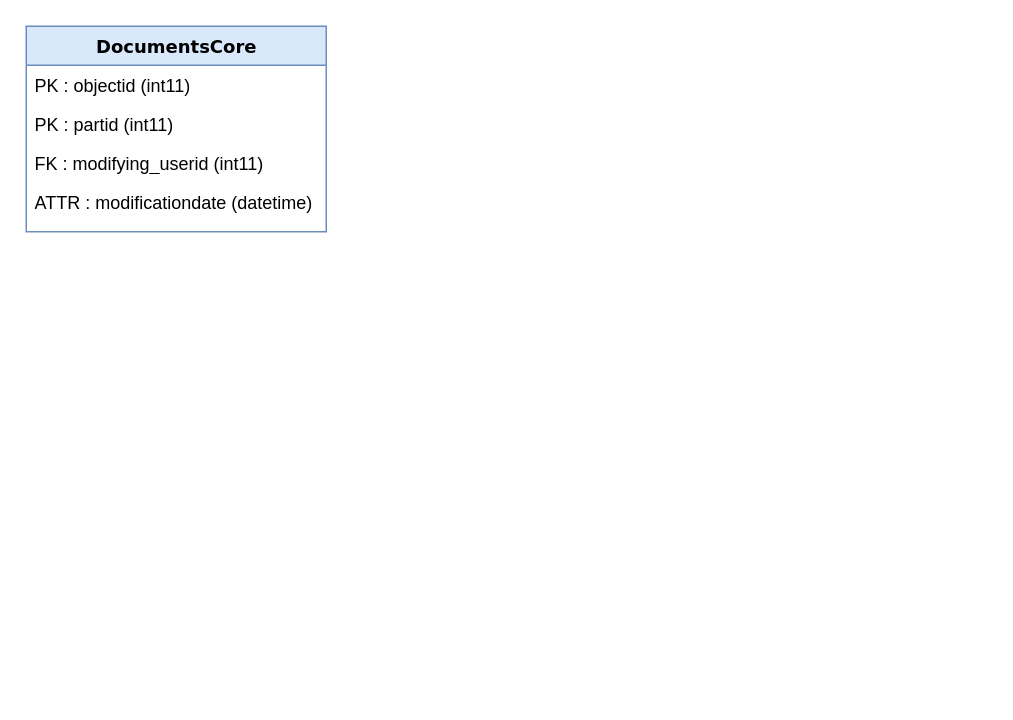
Above: DocumentControl.drawio in CatiaWidgets/Drawio (draw.io), before the change. Source tidied: cells renumbered, new cells numbered last; positions are measured from the earlier drawing's top-left corner, leaving out a move shared by most shapes. Both pictures are drawn from the tidied source at 150%, with x=0, y=0 at pixel (26, 26).
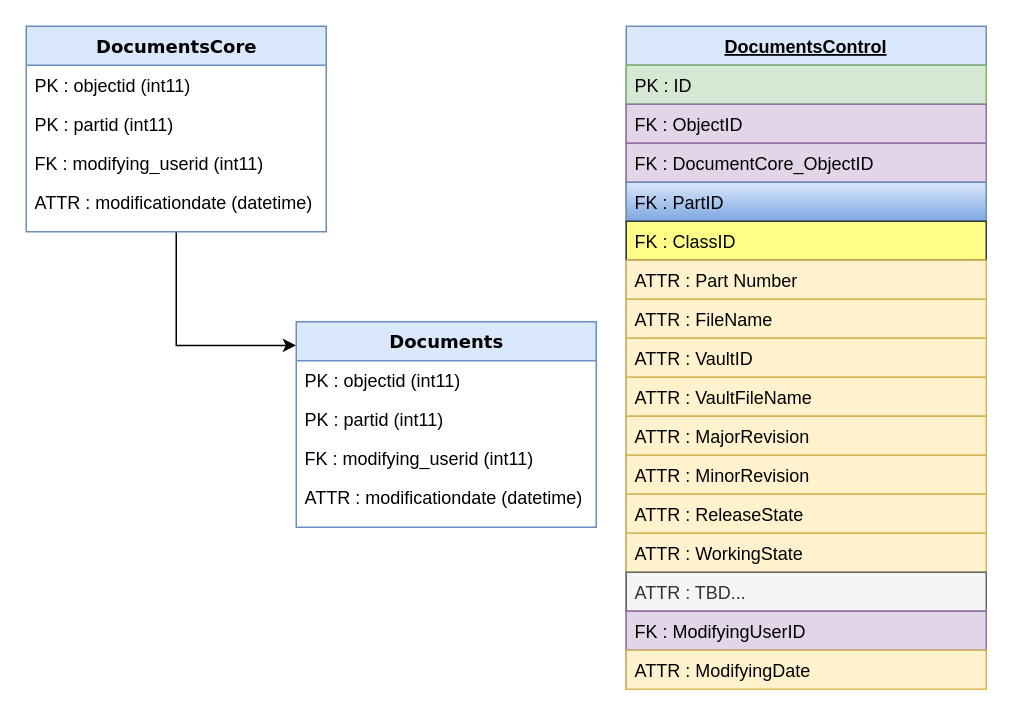
The same diagram, later.

Unchanged cells that the change refers to:
```xml
<mxCell id="2" value="DocumentsCore" style="swimlane;html=1;fontStyle=1;align=center;verticalAlign=top;horizontal=1;startSize=26;swimlaneFillColor=#ffffff;rounded=0;shadow=0;comic=0;labelBackgroundColor=none;strokeWidth=1;fillColor=#dae8fc;fontFamily=Verdana;fontSize=12;strokeColor=#6c8ebf;" parent="1" vertex="1">
  <mxGeometry width="200" height="137" as="geometry" />
</mxCell>
```

Diff of the diagram source:
```diff
@@
+    <mxCell id="7" style="edgeStyle=orthogonalEdgeStyle;rounded=0;jettySize=auto;html=1;entryX=0;entryY=0.115;entryDx=0;entryDy=0;entryPerimeter=0;" parent="1" edge="1" source="2" target="8">
+      <mxGeometry relative="1" as="geometry" />
+    </mxCell>
@@
+    <mxCell id="8" value="Documents" style="swimlane;html=1;fontStyle=1;align=center;verticalAlign=top;horizontal=1;startSize=26;swimlaneFillColor=#ffffff;rounded=0;shadow=0;comic=0;labelBackgroundColor=none;strokeWidth=1;fillColor=#dae8fc;fontFamily=Verdana;fontSize=12;strokeColor=#6c8ebf;" parent="1" vertex="1">
+      <mxGeometry x="180" y="197" width="200" height="137" as="geometry" />
+    </mxCell>
+    <mxCell id="9" value="PK : objectid (int11)" style="text;html=1;strokeColor=none;fillColor=none;align=left;verticalAlign=top;spacingLeft=4;spacingRight=4;whiteSpace=wrap;overflow=hidden;" parent="8" vertex="1">
+      <mxGeometry y="26" width="200" height="26" as="geometry" />
+    </mxCell>
+    <mxCell id="10" value="PK : partid (int11)" style="text;html=1;strokeColor=none;fillColor=none;align=left;verticalAlign=top;spacingLeft=4;spacingRight=4;whiteSpace=wrap;overflow=hidden;" parent="8" vertex="1">
+      <mxGeometry y="52" width="200" height="26" as="geometry" />
+    </mxCell>
+    <mxCell id="11" value="FK : modifying_userid (int11)" style="text;html=1;strokeColor=none;fillColor=none;align=left;verticalAlign=top;spacingLeft=4;spacingRight=4;whiteSpace=wrap;overflow=hidden;" parent="8" vertex="1">
+      <mxGeometry y="78" width="200" height="26" as="geometry" />
+    </mxCell>
+    <mxCell id="12" value="ATTR : modificationdate (datetime)" style="text;html=1;strokeColor=none;fillColor=none;align=left;verticalAlign=top;spacingLeft=4;spacingRight=4;whiteSpace=wrap;overflow=hidden;" parent="8" vertex="1">
+      <mxGeometry y="104" width="200" height="26" as="geometry" />
+    </mxCell>
+    <mxCell id="13" value="DocumentsControl" style="swimlane;fontStyle=5;horizontal=1;startSize=26;fillColor=#dae8fc;align=center;strokeColor=#6c8ebf;" parent="1" vertex="1">
+      <mxGeometry x="400" width="240" height="442" as="geometry" />
+    </mxCell>
+    <mxCell id="14" value="PK : ID" style="text;strokeColor=#82b366;fillColor=#d5e8d4;align=left;verticalAlign=top;spacingLeft=4;spacingRight=4;overflow=hidden;" parent="13" vertex="1">
+      <mxGeometry y="26" width="240" height="26" as="geometry" />
+    </mxCell>
+    <mxCell id="15" value="FK : ObjectID" style="text;strokeColor=#9673a6;fillColor=#e1d5e7;align=left;verticalAlign=top;spacingLeft=4;spacingRight=4;overflow=hidden;" parent="13" vertex="1">
+      <mxGeometry y="52" width="240" height="26" as="geometry" />
+    </mxCell>
+    <mxCell id="16" value="FK : DocumentCore_ObjectID" style="text;strokeColor=#9673a6;fillColor=#e1d5e7;align=left;verticalAlign=top;spacingLeft=4;spacingRight=4;overflow=hidden;" parent="13" vertex="1">
+      <mxGeometry y="78" width="240" height="26" as="geometry" />
+    </mxCell>
+    <mxCell id="17" value="FK : PartID" style="text;strokeColor=#6c8ebf;fillColor=#dae8fc;align=left;verticalAlign=top;spacingLeft=4;spacingRight=4;overflow=hidden;gradientColor=#7ea6e0;" parent="13" vertex="1">
+      <mxGeometry y="104" width="240" height="26" as="geometry" />
+    </mxCell>
+    <mxCell id="18" value="FK : ClassID" style="text;strokeColor=#36393d;fillColor=#ffff88;align=left;verticalAlign=top;spacingLeft=4;spacingRight=4;overflow=hidden;" parent="13" vertex="1">
+      <mxGeometry y="130" width="240" height="26" as="geometry" />
+    </mxCell>
+    <mxCell id="19" value="ATTR : Part Number" style="text;strokeColor=#d6b656;fillColor=#fff2cc;align=left;verticalAlign=top;spacingLeft=4;spacingRight=4;overflow=hidden;" parent="13" vertex="1">
+      <mxGeometry y="156" width="240" height="26" as="geometry" />
+    </mxCell>
+    <mxCell id="20" value="ATTR : FileName" style="text;strokeColor=#d6b656;fillColor=#fff2cc;align=left;verticalAlign=top;spacingLeft=4;spacingRight=4;overflow=hidden;" parent="13" vertex="1">
+      <mxGeometry y="182" width="240" height="26" as="geometry" />
+    </mxCell>
+    <mxCell id="21" value="ATTR : VaultID" style="text;strokeColor=#d6b656;fillColor=#fff2cc;align=left;verticalAlign=top;spacingLeft=4;spacingRight=4;overflow=hidden;" parent="13" vertex="1">
+      <mxGeometry y="208" width="240" height="26" as="geometry" />
+    </mxCell>
+    <mxCell id="22" value="ATTR : VaultFileName" style="text;strokeColor=#d6b656;fillColor=#fff2cc;align=left;verticalAlign=top;spacingLeft=4;spacingRight=4;overflow=hidden;" parent="13" vertex="1">
+      <mxGeometry y="234" width="240" height="26" as="geometry" />
+    </mxCell>
+    <mxCell id="23" value="ATTR : MajorRevision" style="text;strokeColor=#d6b656;fillColor=#fff2cc;align=left;verticalAlign=top;spacingLeft=4;spacingRight=4;overflow=hidden;" parent="13" vertex="1">
+      <mxGeometry y="260" width="240" height="26" as="geometry" />
+    </mxCell>
+    <mxCell id="24" value="ATTR : MinorRevision" style="text;strokeColor=#d6b656;fillColor=#fff2cc;align=left;verticalAlign=top;spacingLeft=4;spacingRight=4;overflow=hidden;" parent="13" vertex="1">
+      <mxGeometry y="286" width="240" height="26" as="geometry" />
+    </mxCell>
+    <mxCell id="25" value="ATTR : ReleaseState" style="text;strokeColor=#d6b656;fillColor=#fff2cc;align=left;verticalAlign=top;spacingLeft=4;spacingRight=4;overflow=hidden;" parent="13" vertex="1">
+      <mxGeometry y="312" width="240" height="26" as="geometry" />
+    </mxCell>
+    <mxCell id="26" value="ATTR : WorkingState" style="text;strokeColor=#d6b656;fillColor=#fff2cc;align=left;verticalAlign=top;spacingLeft=4;spacingRight=4;overflow=hidden;" parent="13" vertex="1">
+      <mxGeometry y="338" width="240" height="26" as="geometry" />
+    </mxCell>
+    <mxCell id="27" value="ATTR : TBD... " style="text;align=left;verticalAlign=top;spacingLeft=4;spacingRight=4;overflow=hidden;fillColor=#f5f5f5;strokeColor=#666666;fontColor=#333333;" parent="13" vertex="1">
+      <mxGeometry y="364" width="240" height="26" as="geometry" />
+    </mxCell>
+    <mxCell id="28" value="FK : ModifyingUserID" style="text;strokeColor=#9673a6;fillColor=#e1d5e7;align=left;verticalAlign=top;spacingLeft=4;spacingRight=4;overflow=hidden;" parent="13" vertex="1">
+      <mxGeometry y="390" width="240" height="26" as="geometry" />
+    </mxCell>
+    <mxCell id="29" value="ATTR : ModifyingDate " style="text;strokeColor=#d6b656;fillColor=#fff2cc;align=left;verticalAlign=top;spacingLeft=4;spacingRight=4;overflow=hidden;" parent="13" vertex="1">
+      <mxGeometry y="416" width="240" height="26" as="geometry" />
+    </mxCell>
```
